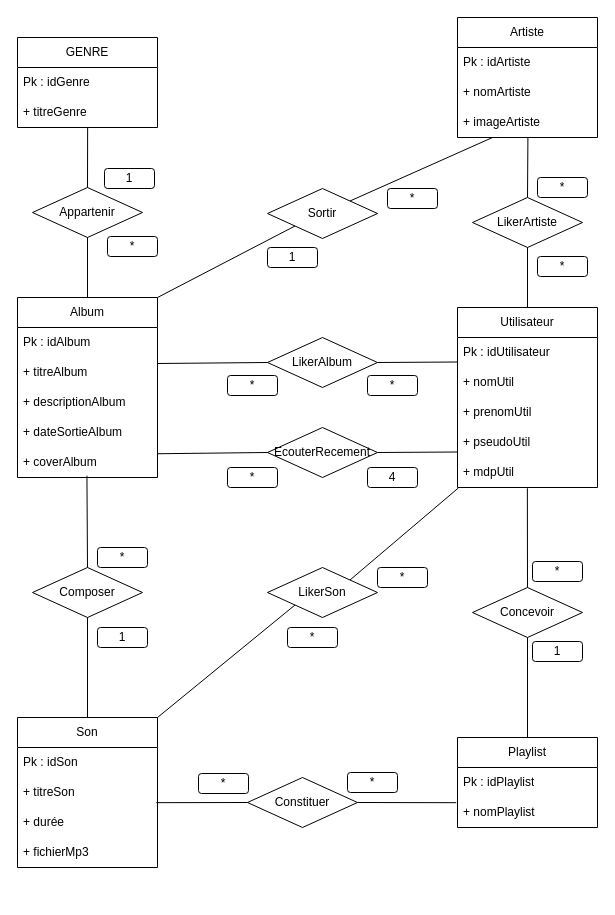
Earlier version of the draw.io diagram data/MCD.drawio (Amaelmsrt/SAE_WEB_BD). Source tidied: cells renumbered, new cells numbered last; positions are measured from the earlier drawing's top-left corner, leaving out a move shared by most shapes. Both pictures are drawn from the tidied source at 100%, with x=0, y=0 at pixel (17, 17).
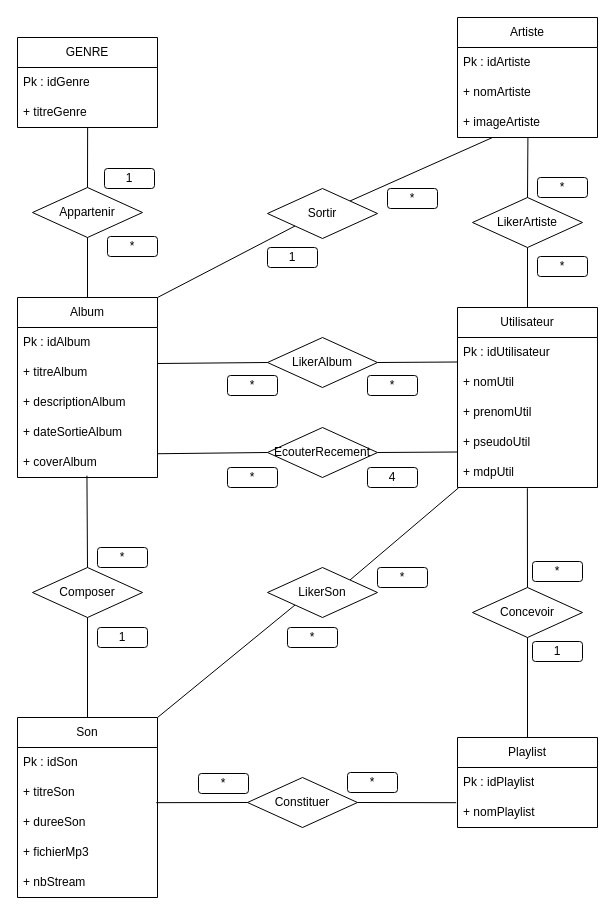
Above is the later version.

The edit, as a diff of the source:
```diff
@@
     <mxCell id="8" value="Son" style="swimlane;fontStyle=0;horizontal=1;startSize=30;whiteSpace=wrap;html=1;" parent="1" vertex="1">
-      <mxGeometry y="700" width="140" height="150" as="geometry" />
+      <mxGeometry y="700" width="140" height="180" as="geometry" />
     </mxCell>
@@
-    <mxCell id="11" value="+ durée" style="text;strokeColor=none;fillColor=none;align=left;verticalAlign=middle;spacingLeft=4;spacingRight=4;overflow=hidden;whiteSpace=wrap;html=1;" parent="8" vertex="1">
+    <mxCell id="11" value="+ dureeSon" style="text;strokeColor=none;fillColor=none;align=left;verticalAlign=middle;spacingLeft=4;spacingRight=4;overflow=hidden;whiteSpace=wrap;html=1;" parent="8" vertex="1">
       <mxGeometry y="90" width="140" height="30" as="geometry" />
     </mxCell>
@@
+    <mxCell id="74" value="+ nbStream" style="text;strokeColor=none;fillColor=none;align=left;verticalAlign=middle;spacingLeft=4;spacingRight=4;overflow=hidden;whiteSpace=wrap;html=1;" parent="8" vertex="1">
+      <mxGeometry y="150" width="140" height="30" as="geometry" />
+    </mxCell>
```
